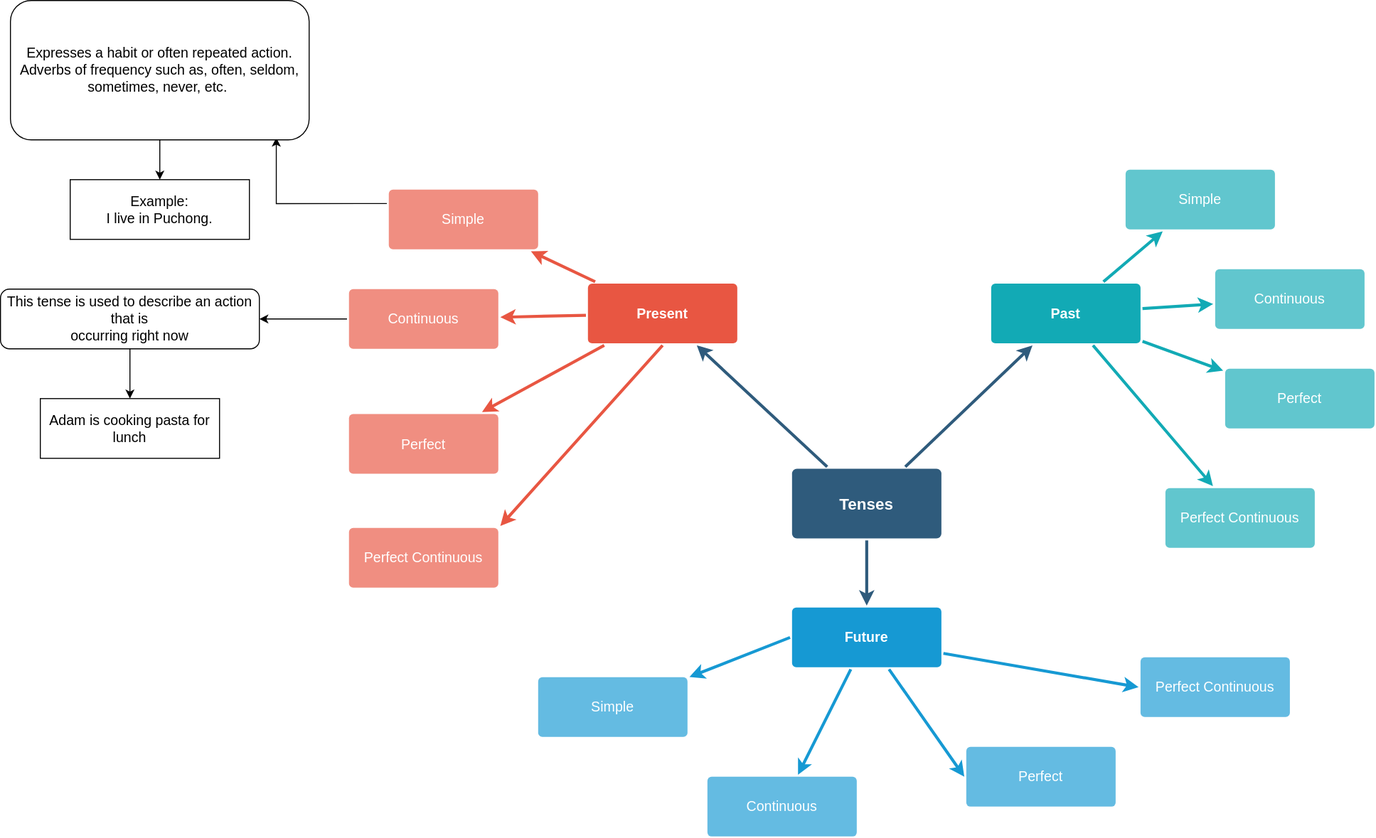
Before: Tense.drawio.svg, a diagram exported from draw.io (mhrk04/WED10402-CE). Source tidied: cells renumbered, new cells last; positions are measured from the earlier drawing's top-left corner, leaving out a move shared by most shapes.
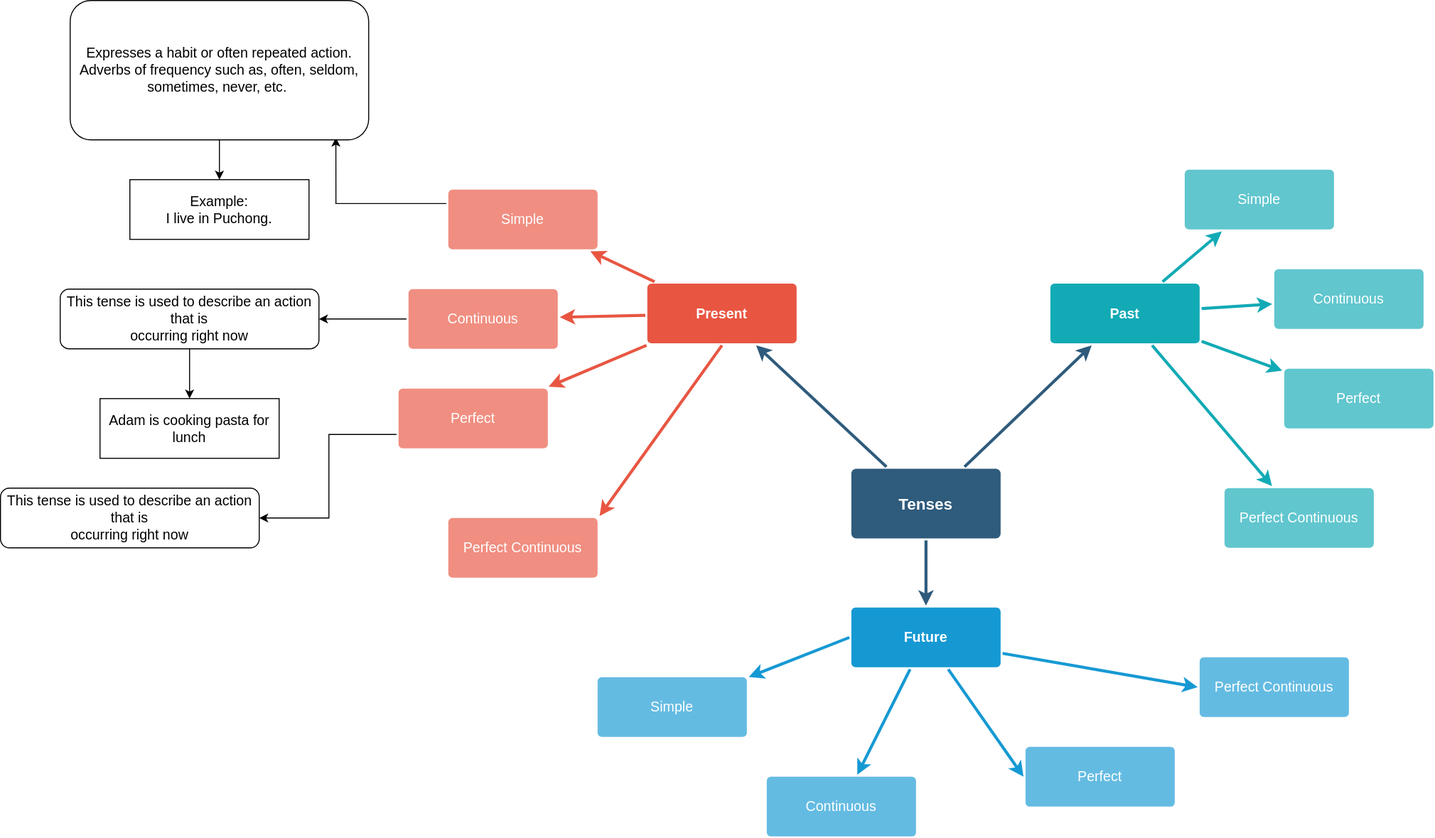
Later version of the same file.

What changed in the source:
```diff
@@ -26,8 +26,11 @@
     <mxCell id="9" value="Present" style="rounded=1;whiteSpace=wrap;html=1;shadow=0;labelBackgroundColor=none;strokeColor=none;strokeWidth=3;fillColor=#e85642;fontFamily=Helvetica;fontSize=14;fontColor=#FFFFFF;align=center;spacing=5;fontStyle=1;arcSize=7;perimeterSpacing=2;" parent="1" vertex="1">
       <mxGeometry x="590" y="284.5" width="150" height="60" as="geometry" />
     </mxCell>
+    <mxCell id="41" style="edgeStyle=orthogonalEdgeStyle;rounded=0;jettySize=auto;html=1;exitX=0;exitY=0.75;exitDx=0;exitDy=0;entryX=1;entryY=0.5;entryDx=0;entryDy=0;fontSize=14;" parent="1" edge="1" source="10" target="42">
+      <mxGeometry relative="1" as="geometry" />
+    </mxCell>
     <mxCell id="10" value="Perfect" style="rounded=1;whiteSpace=wrap;html=1;shadow=0;labelBackgroundColor=none;strokeColor=none;strokeWidth=3;fillColor=#f08e81;fontFamily=Helvetica;fontSize=14;fontColor=#FFFFFF;align=center;spacing=5;fontStyle=0;arcSize=7;perimeterSpacing=2;" parent="1" vertex="1">
-      <mxGeometry x="350" y="415.5" width="150" height="60" as="geometry" />
+      <mxGeometry x="340" y="390" width="150" height="60" as="geometry" />
     </mxCell>
     <mxCell id="11" style="edgeStyle=orthogonalEdgeStyle;rounded=0;jettySize=auto;html=1;exitX=0;exitY=0.5;exitDx=0;exitDy=0;entryX=1;entryY=0.5;entryDx=0;entryDy=0;fontSize=14;" parent="1" edge="1" source="12" target="39">
       <mxGeometry relative="1" as="geometry" />
@@ -90,7 +93,7 @@
       <mxGeometry relative="1" as="geometry" />
     </mxCell>
     <mxCell id="31" value="Perfect Continuous" style="rounded=1;whiteSpace=wrap;html=1;shadow=0;labelBackgroundColor=none;strokeColor=none;strokeWidth=3;fillColor=#f08e81;fontFamily=Helvetica;fontSize=14;fontColor=#FFFFFF;align=center;spacing=5;fontStyle=0;arcSize=7;perimeterSpacing=2;" parent="1" vertex="1">
-      <mxGeometry x="350" y="530" width="150" height="60" as="geometry" />
+      <mxGeometry x="390" y="520" width="150" height="60" as="geometry" />
     </mxCell>
     <mxCell id="32" style="edgeStyle=none;rounded=1;jumpStyle=none;html=1;shadow=0;labelBackgroundColor=none;startArrow=none;startFill=0;jettySize=auto;strokeColor=#E85642;strokeWidth=3;fontFamily=Helvetica;fontSize=14;fontColor=#FFFFFF;spacing=5;fontStyle=1;fillColor=#b0e3e6;exitX=0.5;exitY=1;exitDx=0;exitDy=0;entryX=1;entryY=0;entryDx=0;entryDy=0;" parent="1" edge="1" source="9" target="31">
       <mxGeometry relative="1" as="geometry" />
@@ -119,5 +122,8 @@
     <mxCell id="40" value="Adam is cooking pasta for lunch" style="rounded=0;whiteSpace=wrap;html=1;fontSize=14;" parent="1" vertex="1">
       <mxGeometry x="40" y="400" width="180" height="60" as="geometry" />
     </mxCell>
+    <mxCell id="42" value="This tense is used to describe an action that is&lt;br/&gt;occurring right now" style="rounded=1;whiteSpace=wrap;html=1;fontSize=14;" parent="1" vertex="1">
+      <mxGeometry x="-60" y="490" width="260" height="60" as="geometry" />
+    </mxCell>
   </root>
 </mxGraphModel>
```
